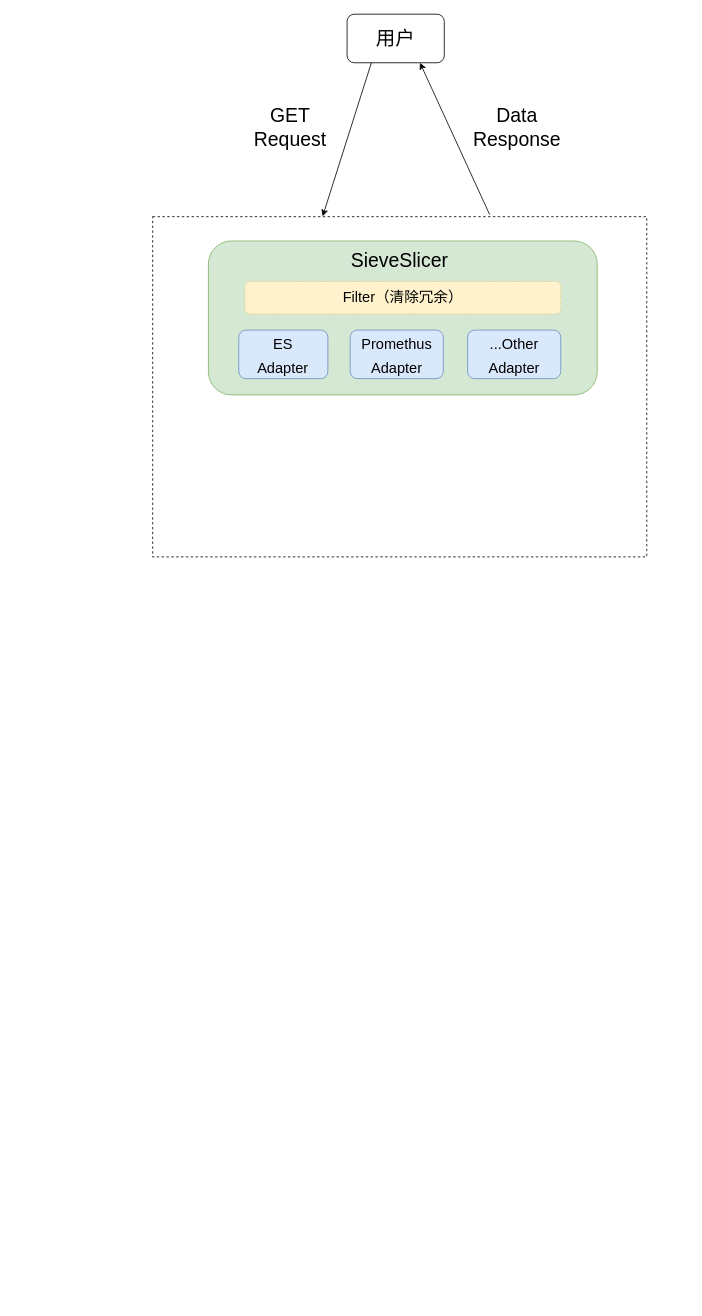
SevDaisy/draw-io-lib keeps this draw.io diagram as SieveSlicer.drawio. Above is the earlier version. Source tidied: cells renumbered, new cells numbered last; positions are measured from the earlier drawing's top-left corner, leaving out a move shared by most shapes. Both pictures are drawn from the tidied source at 81%, with x=0, y=0 at pixel (152, 14).
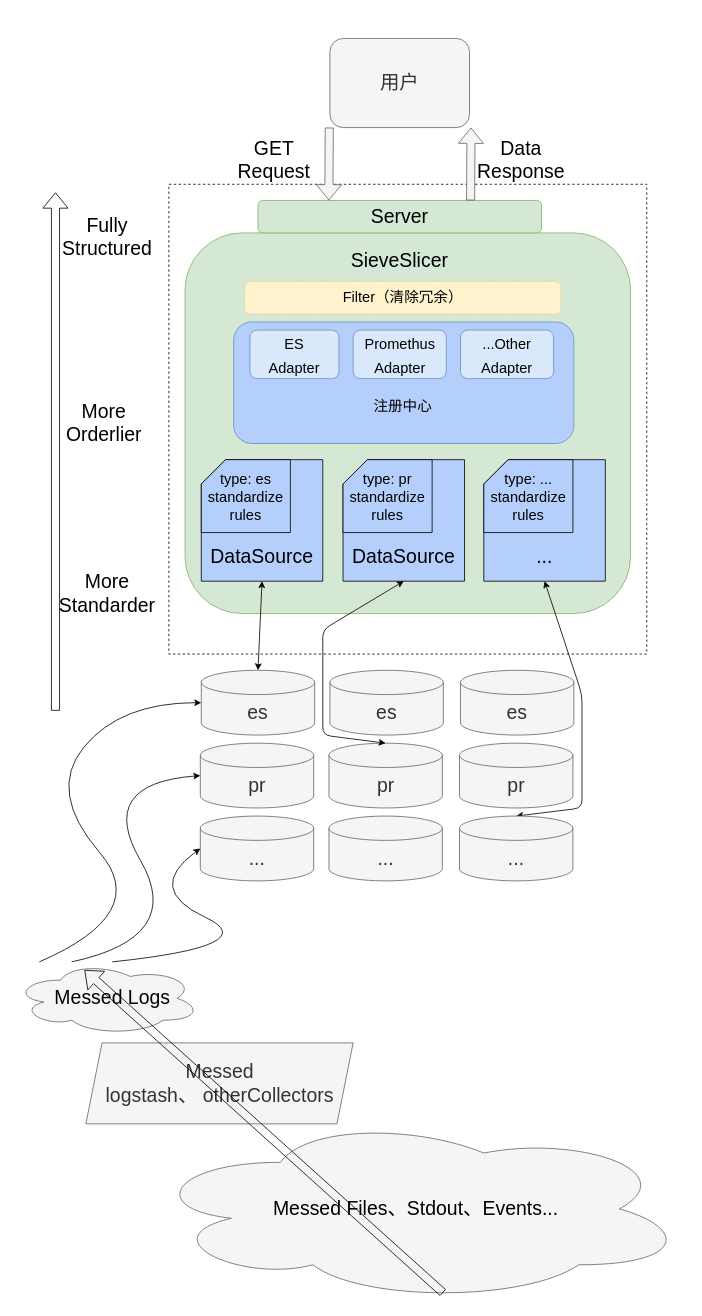
The same page after the edit.

Diff of the diagram source:
```diff
@@
-    <mxCell id="2" value="用户" style="rounded=1;whiteSpace=wrap;html=1;fontSize=24;" parent="1" vertex="1">
-      <mxGeometry x="240" width="120" height="60" as="geometry" />
+    <mxCell id="2" value="用户" style="rounded=1;whiteSpace=wrap;html=1;fontSize=24;fillColor=#f5f5f5;fontColor=#333333;strokeColor=#666666;" parent="1" vertex="1">
+      <mxGeometry x="218.8" y="30" width="172.4" height="110" as="geometry" />
     </mxCell>
     <mxCell id="3" style="rounded=0;whiteSpace=wrap;html=1;fontSize=24;dashed=1;" parent="1" vertex="1">
-      <mxGeometry y="250" width="610" height="420" as="geometry" />
+      <mxGeometry x="20" y="210" width="590" height="580" as="geometry" />
     </mxCell>
-    <mxCell id="4" style="endArrow=classic;html=1;rounded=0;fontSize=24;exitX=0.25;exitY=1;exitDx=0;exitDy=0;entryX=0.344;entryY=-0.001;entryDx=0;entryDy=0;entryPerimeter=0;" parent="1" edge="1" source="2" target="3">
-      <mxGeometry relative="1" as="geometry" />
-    </mxCell>
     <mxCell id="5" value="GET Request" style="text;html=1;strokeColor=none;fillColor=none;align=center;verticalAlign=middle;whiteSpace=wrap;rounded=0;dashed=1;fontSize=24;" parent="1" vertex="1">
-      <mxGeometry x="110" y="120" width="120" height="40" as="geometry" />
+      <mxGeometry x="90" y="160" width="120" height="40" as="geometry" />
     </mxCell>
-    <mxCell id="6" style="endArrow=classic;html=1;rounded=0;fontSize=24;exitX=0.682;exitY=-0.006;exitDx=0;exitDy=0;exitPerimeter=0;entryX=0.75;entryY=1;entryDx=0;entryDy=0;" parent="1" edge="1" source="3" target="2">
-      <mxGeometry relative="1" as="geometry" />
-    </mxCell>
     <mxCell id="7" value="Data Response" style="text;html=1;strokeColor=none;fillColor=none;align=center;verticalAlign=middle;whiteSpace=wrap;rounded=0;dashed=1;fontSize=24;" parent="1" vertex="1">
-      <mxGeometry x="380" y="110" width="140" height="60" as="geometry" />
+      <mxGeometry x="385" y="150" width="140" height="60" as="geometry" />
     </mxCell>
-    <mxCell id="8" style="group;" parent="1" vertex="1">
-      <mxGeometry x="68.8" y="280" width="480" height="190" as="geometry" />
-    </mxCell>
-    <mxCell id="9" style="rounded=1;whiteSpace=wrap;html=1;fontSize=24;fillColor=#d5e8d4;strokeColor=#82b366;" parent="8" vertex="1">
-      <mxGeometry width="480" height="190" as="geometry" />
+    <mxCell id="9" style="rounded=1;whiteSpace=wrap;html=1;fontSize=24;fillColor=#d5e8d4;strokeColor=#82b366;" parent="1" vertex="1">
+      <mxGeometry x="40" y="270" width="550" height="470" as="geometry" />
     </mxCell>
-    <mxCell id="10" value="SieveSlicer" style="text;html=1;strokeColor=none;fillColor=none;align=center;verticalAlign=middle;whiteSpace=wrap;rounded=0;dashed=1;fontSize=24;" parent="8" vertex="1">
-      <mxGeometry x="166.2" y="10" width="140" height="30" as="geometry" />
+    <mxCell id="10" value="SieveSlicer" style="text;html=1;strokeColor=none;fillColor=none;align=center;verticalAlign=middle;whiteSpace=wrap;rounded=0;dashed=1;fontSize=24;" parent="1" vertex="1">
+      <mxGeometry x="235" y="290" width="140" height="30" as="geometry" />
     </mxCell>
-    <mxCell id="11" value="&lt;font style=&quot;font-size: 18px;&quot;&gt;ES &lt;br&gt;Adapter&lt;/font&gt;" style="rounded=1;whiteSpace=wrap;html=1;fontSize=24;fillColor=#dae8fc;strokeColor=#6c8ebf;" parent="8" vertex="1">
-      <mxGeometry x="37.5" y="110" width="110" height="60" as="geometry" />
-    </mxCell>
-    <mxCell id="12" value="&lt;font style=&quot;font-size: 18px;&quot;&gt;Promethus&lt;br&gt;Adapter&lt;br&gt;&lt;/font&gt;" style="rounded=1;whiteSpace=wrap;html=1;fontSize=24;fillColor=#dae8fc;strokeColor=#6c8ebf;" parent="8" vertex="1">
-      <mxGeometry x="175" y="110" width="115" height="60" as="geometry" />
-    </mxCell>
+    <mxCell id="15" style="rounded=1;whiteSpace=wrap;html=1;fillColor=#B5CFFC;strokeColor=#6c8ebf;" parent="1" vertex="1">
+      <mxGeometry x="100" y="380" width="420" height="150" as="geometry" />
+    </mxCell>
-    <mxCell id="13" value="&lt;font style=&quot;font-size: 18px;&quot;&gt;...Other&lt;br&gt;Adapter&lt;br&gt;&lt;/font&gt;" style="rounded=1;whiteSpace=wrap;html=1;fontSize=24;fillColor=#dae8fc;strokeColor=#6c8ebf;" parent="8" vertex="1">
-      <mxGeometry x="320" y="110" width="115" height="60" as="geometry" />
+    <mxCell id="13" value="&lt;font style=&quot;font-size: 18px;&quot;&gt;...Other&lt;br&gt;Adapter&lt;br&gt;&lt;/font&gt;" style="rounded=1;whiteSpace=wrap;html=1;fontSize=24;fillColor=#dae8fc;strokeColor=#6c8ebf;" parent="1" vertex="1">
+      <mxGeometry x="380" y="390" width="115" height="60" as="geometry" />
     </mxCell>
-    <mxCell id="14" value="Filter（清除冗余）" style="rounded=1;whiteSpace=wrap;html=1;fontSize=18;fillColor=#fff2cc;strokeColor=#d6b656;dashed=1;dashPattern=1 2;" parent="8" vertex="1">
-      <mxGeometry x="45" y="50" width="390" height="40" as="geometry" />
+    <mxCell id="14" value="Filter（清除冗余）" style="rounded=1;whiteSpace=wrap;html=1;fontSize=18;fillColor=#fff2cc;strokeColor=#d6b656;dashed=1;dashPattern=1 2;" parent="1" vertex="1">
+      <mxGeometry x="113.8" y="330" width="390" height="40" as="geometry" />
     </mxCell>
+    <mxCell id="12" value="&lt;font style=&quot;font-size: 18px;&quot;&gt;Promethus&lt;br&gt;Adapter&lt;br&gt;&lt;/font&gt;" style="rounded=1;whiteSpace=wrap;html=1;fontSize=24;fillColor=#dae8fc;strokeColor=#6c8ebf;" parent="1" vertex="1">
+      <mxGeometry x="247.5" y="390" width="115" height="60" as="geometry" />
+    </mxCell>
+    <mxCell id="11" value="&lt;font style=&quot;font-size: 18px;&quot;&gt;ES &lt;br&gt;Adapter&lt;/font&gt;" style="rounded=1;whiteSpace=wrap;html=1;fontSize=24;fillColor=#dae8fc;strokeColor=#6c8ebf;" parent="1" vertex="1">
+      <mxGeometry x="120" y="390" width="110" height="60" as="geometry" />
+    </mxCell>
+    <mxCell id="16" value="注册中心" style="text;html=1;strokeColor=none;fillColor=none;align=center;verticalAlign=middle;whiteSpace=wrap;rounded=0;fontSize=18;" parent="1" vertex="1">
+      <mxGeometry x="258.8" y="470" width="100" height="30" as="geometry" />
+    </mxCell>
+    <mxCell id="17" style="group;" parent="1" vertex="1">
+      <mxGeometry x="60" y="550" width="150" height="150" as="geometry" />
+    </mxCell>
+    <mxCell id="18" style="shape=card;whiteSpace=wrap;html=1;fontSize=10;fillColor=#B5CFFC;" parent="17" vertex="1">
+      <mxGeometry width="150" height="150" as="geometry" />
+    </mxCell>
+    <mxCell id="19" style="group;" parent="17" vertex="1">
+      <mxGeometry width="110" height="90" as="geometry" />
+    </mxCell>
+    <mxCell id="20" style="shape=card;whiteSpace=wrap;html=1;fontSize=18;fillColor=#B5CFFC;" parent="19" vertex="1">
+      <mxGeometry width="110" height="90" as="geometry" />
+    </mxCell>
+    <mxCell id="21" value="type: es" style="text;html=1;strokeColor=none;fillColor=none;align=center;verticalAlign=middle;whiteSpace=wrap;rounded=0;fontSize=18;" parent="19" vertex="1">
+      <mxGeometry x="15" y="10" width="80" height="30" as="geometry" />
+    </mxCell>
+    <mxCell id="22" value="standardize&lt;br&gt;rules" style="text;html=1;strokeColor=none;fillColor=none;align=center;verticalAlign=middle;whiteSpace=wrap;rounded=0;fontSize=18;" parent="19" vertex="1">
+      <mxGeometry y="25" width="110" height="65" as="geometry" />
+    </mxCell>
+    <mxCell id="23" value="DataSource" style="text;html=1;strokeColor=none;fillColor=none;align=center;verticalAlign=middle;whiteSpace=wrap;rounded=0;fontSize=24;" parent="17" vertex="1">
+      <mxGeometry y="100" width="150" height="40" as="geometry" />
+    </mxCell>
+    <mxCell id="24" style="group;" parent="1" vertex="1">
+      <mxGeometry x="235" y="550" width="150" height="150" as="geometry" />
+    </mxCell>
+    <mxCell id="25" style="shape=card;whiteSpace=wrap;html=1;fontSize=10;fillColor=#B5CFFC;" parent="24" vertex="1">
+      <mxGeometry width="150" height="150" as="geometry" />
+    </mxCell>
+    <mxCell id="26" style="group;" parent="24" vertex="1">
+      <mxGeometry width="110" height="90" as="geometry" />
+    </mxCell>
+    <mxCell id="27" style="shape=card;whiteSpace=wrap;html=1;fontSize=18;fillColor=#B5CFFC;" parent="26" vertex="1">
+      <mxGeometry width="110" height="90" as="geometry" />
+    </mxCell>
+    <mxCell id="28" value="type: pr" style="text;html=1;strokeColor=none;fillColor=none;align=center;verticalAlign=middle;whiteSpace=wrap;rounded=0;fontSize=18;" parent="26" vertex="1">
+      <mxGeometry x="15" y="10" width="80" height="30" as="geometry" />
+    </mxCell>
+    <mxCell id="29" value="standardize&lt;br&gt;rules" style="text;html=1;strokeColor=none;fillColor=none;align=center;verticalAlign=middle;whiteSpace=wrap;rounded=0;fontSize=18;" parent="26" vertex="1">
+      <mxGeometry y="25" width="110" height="65" as="geometry" />
+    </mxCell>
+    <mxCell id="30" value="DataSource" style="text;html=1;strokeColor=none;fillColor=none;align=center;verticalAlign=middle;whiteSpace=wrap;rounded=0;fontSize=24;" parent="24" vertex="1">
+      <mxGeometry y="100" width="150" height="40" as="geometry" />
+    </mxCell>
+    <mxCell id="31" style="group;" parent="1" vertex="1">
+      <mxGeometry x="408.8" y="550" width="150" height="150" as="geometry" />
+    </mxCell>
+    <mxCell id="32" style="shape=card;whiteSpace=wrap;html=1;fontSize=10;fillColor=#B5CFFC;" parent="31" vertex="1">
+      <mxGeometry width="150" height="150" as="geometry" />
+    </mxCell>
+    <mxCell id="33" style="group;" parent="31" vertex="1">
+      <mxGeometry width="110" height="90" as="geometry" />
+    </mxCell>
+    <mxCell id="34" style="shape=card;whiteSpace=wrap;html=1;fontSize=18;fillColor=#B5CFFC;" parent="33" vertex="1">
+      <mxGeometry width="110" height="90" as="geometry" />
+    </mxCell>
+    <mxCell id="35" value="type: ..." style="text;html=1;strokeColor=none;fillColor=none;align=center;verticalAlign=middle;whiteSpace=wrap;rounded=0;fontSize=18;" parent="33" vertex="1">
+      <mxGeometry x="15" y="10" width="80" height="30" as="geometry" />
+    </mxCell>
+    <mxCell id="36" value="standardize&lt;br&gt;rules" style="text;html=1;strokeColor=none;fillColor=none;align=center;verticalAlign=middle;whiteSpace=wrap;rounded=0;fontSize=18;" parent="33" vertex="1">
+      <mxGeometry y="25" width="110" height="65" as="geometry" />
+    </mxCell>
+    <mxCell id="37" value="..." style="text;html=1;strokeColor=none;fillColor=none;align=center;verticalAlign=middle;whiteSpace=wrap;rounded=0;fontSize=24;" parent="31" vertex="1">
+      <mxGeometry y="100" width="150" height="40" as="geometry" />
+    </mxCell>
+    <mxCell id="38" value="Server" style="rounded=1;whiteSpace=wrap;html=1;fontSize=24;fillColor=#d5e8d4;strokeColor=#82b366;" parent="1" vertex="1">
+      <mxGeometry x="130" y="230" width="350" height="40" as="geometry" />
+    </mxCell>
+    <mxCell id="39" style="shape=flexArrow;endArrow=classic;html=1;rounded=1;fontSize=24;entryX=0.25;entryY=0;entryDx=0;entryDy=0;fillColor=#f5f5f5;strokeColor=#666666;" parent="1" edge="1" target="38">
+      <mxGeometry relative="1" as="geometry">
+        <mxPoint x="218" y="140" as="sourcePoint" />
+      </mxGeometry>
+    </mxCell>
+    <mxCell id="40" style="shape=flexArrow;endArrow=classic;html=1;rounded=1;fontSize=24;exitX=0.75;exitY=0;exitDx=0;exitDy=0;fillColor=#f5f5f5;strokeColor=#666666;" parent="1" edge="1" source="38">
+      <mxGeometry relative="1" as="geometry">
+        <mxPoint x="393" y="140" as="targetPoint" />
+      </mxGeometry>
+    </mxCell>
+    <mxCell id="41" value="es" style="shape=cylinder3;whiteSpace=wrap;html=1;boundedLbl=1;backgroundOutline=1;size=15;fontSize=24;fillColor=#f5f5f5;fontColor=#333333;strokeColor=#666666;" parent="1" vertex="1">
+      <mxGeometry x="60" y="810" width="140" height="80" as="geometry" />
+    </mxCell>
+    <mxCell id="42" value="es" style="shape=cylinder3;whiteSpace=wrap;html=1;boundedLbl=1;backgroundOutline=1;size=15;fontSize=24;fillColor=#f5f5f5;fontColor=#333333;strokeColor=#666666;" parent="1" vertex="1">
+      <mxGeometry x="218.8" y="810" width="140" height="80" as="geometry" />
+    </mxCell>
+    <mxCell id="43" value="es" style="shape=cylinder3;whiteSpace=wrap;html=1;boundedLbl=1;backgroundOutline=1;size=15;fontSize=24;fillColor=#f5f5f5;fontColor=#333333;strokeColor=#666666;" parent="1" vertex="1">
+      <mxGeometry x="380" y="810" width="140" height="80" as="geometry" />
+    </mxCell>
+    <mxCell id="44" value="pr" style="shape=cylinder3;whiteSpace=wrap;html=1;boundedLbl=1;backgroundOutline=1;size=15;fontSize=24;fillColor=#f5f5f5;fontColor=#333333;strokeColor=#666666;" parent="1" vertex="1">
+      <mxGeometry x="58.8" y="900" width="140" height="80" as="geometry" />
+    </mxCell>
+    <mxCell id="45" value="pr" style="shape=cylinder3;whiteSpace=wrap;html=1;boundedLbl=1;backgroundOutline=1;size=15;fontSize=24;fillColor=#f5f5f5;fontColor=#333333;strokeColor=#666666;" parent="1" vertex="1">
+      <mxGeometry x="217.6" y="900" width="140" height="80" as="geometry" />
+    </mxCell>
+    <mxCell id="46" value="pr" style="shape=cylinder3;whiteSpace=wrap;html=1;boundedLbl=1;backgroundOutline=1;size=15;fontSize=24;fillColor=#f5f5f5;fontColor=#333333;strokeColor=#666666;" parent="1" vertex="1">
+      <mxGeometry x="378.8" y="900" width="140" height="80" as="geometry" />
+    </mxCell>
+    <mxCell id="47" style="curved=1;endArrow=classic;html=1;rounded=1;fontSize=24;entryX=0;entryY=0.5;entryDx=0;entryDy=0;entryPerimeter=0;" parent="1" edge="1" target="44">
+      <mxGeometry relative="1" as="geometry">
+        <mxPoint x="-100" y="1170" as="sourcePoint" />
+        <Array as="points">
+          <mxPoint x="40" y="1140" />
+          <mxPoint x="-70" y="950" />
+        </Array>
+      </mxGeometry>
+    </mxCell>
+    <mxCell id="48" style="curved=1;endArrow=classic;html=1;rounded=1;fontSize=24;entryX=0;entryY=0.5;entryDx=0;entryDy=0;entryPerimeter=0;" parent="1" edge="1" target="41">
+      <mxGeometry relative="1" as="geometry">
+        <mxPoint x="-140" y="1170" as="sourcePoint" />
+        <Array as="points">
+          <mxPoint x="-1" y="1110" />
+          <mxPoint x="-130" y="960" />
+          <mxPoint x="-40" y="850" />
+        </Array>
+      </mxGeometry>
+    </mxCell>
+    <mxCell id="49" style="endArrow=classic;startArrow=classic;html=1;rounded=1;fontSize=24;entryX=0.5;entryY=1;entryDx=0;entryDy=0;entryPerimeter=0;exitX=0.5;exitY=0;exitDx=0;exitDy=0;exitPerimeter=0;" parent="1" edge="1" source="41" target="18">
+      <mxGeometry relative="1" as="geometry" />
+    </mxCell>
+    <mxCell id="50" style="endArrow=classic;startArrow=classic;html=1;rounded=1;fontSize=24;exitX=0.5;exitY=0;exitDx=0;exitDy=0;exitPerimeter=0;entryX=0.5;entryY=1;entryDx=0;entryDy=0;entryPerimeter=0;" parent="1" edge="1" source="45" target="25">
+      <mxGeometry relative="1" as="geometry">
+        <Array as="points">
+          <mxPoint x="210" y="890" />
+          <mxPoint x="210" y="760" />
+        </Array>
+      </mxGeometry>
+    </mxCell>
+    <mxCell id="51" style="endArrow=classic;startArrow=classic;html=1;rounded=1;fontSize=24;exitX=0.5;exitY=0;exitDx=0;exitDy=0;exitPerimeter=0;entryX=0.5;entryY=1;entryDx=0;entryDy=0;entryPerimeter=0;" parent="1" edge="1" source="54" target="32">
+      <mxGeometry relative="1" as="geometry">
+        <Array as="points">
+          <mxPoint x="530" y="980" />
+          <mxPoint x="530" y="840" />
+        </Array>
+      </mxGeometry>
+    </mxCell>
+    <mxCell id="52" value="..." style="shape=cylinder3;whiteSpace=wrap;html=1;boundedLbl=1;backgroundOutline=1;size=15;fontSize=24;fillColor=#f5f5f5;fontColor=#333333;strokeColor=#666666;" parent="1" vertex="1">
+      <mxGeometry x="58.8" y="990" width="140" height="80" as="geometry" />
+    </mxCell>
+    <mxCell id="53" value="..." style="shape=cylinder3;whiteSpace=wrap;html=1;boundedLbl=1;backgroundOutline=1;size=15;fontSize=24;fillColor=#f5f5f5;fontColor=#333333;strokeColor=#666666;" parent="1" vertex="1">
+      <mxGeometry x="217.6" y="990" width="140" height="80" as="geometry" />
+    </mxCell>
+    <mxCell id="54" value="..." style="shape=cylinder3;whiteSpace=wrap;html=1;boundedLbl=1;backgroundOutline=1;size=15;fontSize=24;fillColor=#f5f5f5;fontColor=#333333;strokeColor=#666666;" parent="1" vertex="1">
+      <mxGeometry x="378.8" y="990" width="140" height="80" as="geometry" />
+    </mxCell>
+    <mxCell id="55" style="curved=1;endArrow=classic;html=1;rounded=1;fontSize=24;entryX=0;entryY=0.5;entryDx=0;entryDy=0;entryPerimeter=0;" parent="1" edge="1" target="52">
+      <mxGeometry relative="1" as="geometry">
+        <mxPoint x="-50" y="1170" as="sourcePoint" />
+        <Array as="points">
+          <mxPoint x="140" y="1150" />
+          <mxPoint x="-10" y="1080" />
+        </Array>
+      </mxGeometry>
+    </mxCell>
+    <mxCell id="56" value="Messed&lt;br&gt;logstash、 otherCollectors" style="shape=parallelogram;perimeter=parallelogramPerimeter;whiteSpace=wrap;html=1;fixedSize=1;fontSize=24;fillColor=#f5f5f5;fontColor=#333333;strokeColor=#666666;size=20;" parent="1" vertex="1">
+      <mxGeometry x="-82.5" y="1270" width="330" height="100" as="geometry" />
+    </mxCell>
+    <mxCell id="57" value="&lt;span style=&quot;color: rgb(0, 0, 0);&quot;&gt;Messed Files、Stdout、Events...&lt;/span&gt;" style="ellipse;shape=cloud;whiteSpace=wrap;html=1;fontSize=24;fillColor=#f5f5f5;fontColor=#333333;strokeColor=#666666;" parent="1" vertex="1">
+      <mxGeometry x="-10" y="1360" width="670" height="230" as="geometry" />
+    </mxCell>
+    <mxCell id="58" style="ellipse;shape=cloud;whiteSpace=wrap;html=1;fontSize=24;fillColor=#f5f5f5;fontColor=#333333;strokeColor=#666666;" parent="1" vertex="1">
+      <mxGeometry x="-171.2" y="1170" width="230" height="90" as="geometry" />
+    </mxCell>
+    <mxCell id="59" value="Messed Logs" style="text;html=1;strokeColor=none;fillColor=none;align=center;verticalAlign=middle;whiteSpace=wrap;rounded=0;fontSize=24;" parent="1" vertex="1">
+      <mxGeometry x="-150" y="1180" width="201.2" height="70" as="geometry" />
+    </mxCell>
+    <mxCell id="60" style="shape=flexArrow;endArrow=classic;html=1;rounded=1;fontSize=24;exitX=0.55;exitY=0.95;exitDx=0;exitDy=0;exitPerimeter=0;entryX=0.327;entryY=0.001;entryDx=0;entryDy=0;entryPerimeter=0;" parent="1" edge="1" source="57" target="59">
+      <mxGeometry relative="1" as="geometry" />
+    </mxCell>
+    <mxCell id="61" style="shape=flexArrow;endArrow=classic;html=1;rounded=1;fontSize=24;" parent="1" edge="1">
+      <mxGeometry relative="1" as="geometry">
+        <mxPoint x="-120" y="860" as="sourcePoint" />
+        <mxPoint x="-120" y="220" as="targetPoint" />
+      </mxGeometry>
+    </mxCell>
+    <mxCell id="62" value="More Standarder" style="text;html=1;strokeColor=none;fillColor=none;align=center;verticalAlign=middle;whiteSpace=wrap;rounded=0;fontSize=24;" parent="1" vertex="1">
+      <mxGeometry x="-86.2" y="700" width="60" height="30" as="geometry" />
+    </mxCell>
+    <mxCell id="63" value="More Orderlier" style="text;html=1;strokeColor=none;fillColor=none;align=center;verticalAlign=middle;whiteSpace=wrap;rounded=0;fontSize=24;" parent="1" vertex="1">
+      <mxGeometry x="-90" y="490" width="60" height="30" as="geometry" />
+    </mxCell>
+    <mxCell id="64" value="Fully Structured" style="text;html=1;strokeColor=none;fillColor=none;align=center;verticalAlign=middle;whiteSpace=wrap;rounded=0;fontSize=24;" parent="1" vertex="1">
+      <mxGeometry x="-86.2" y="260" width="60" height="30" as="geometry" />
+    </mxCell>
```
